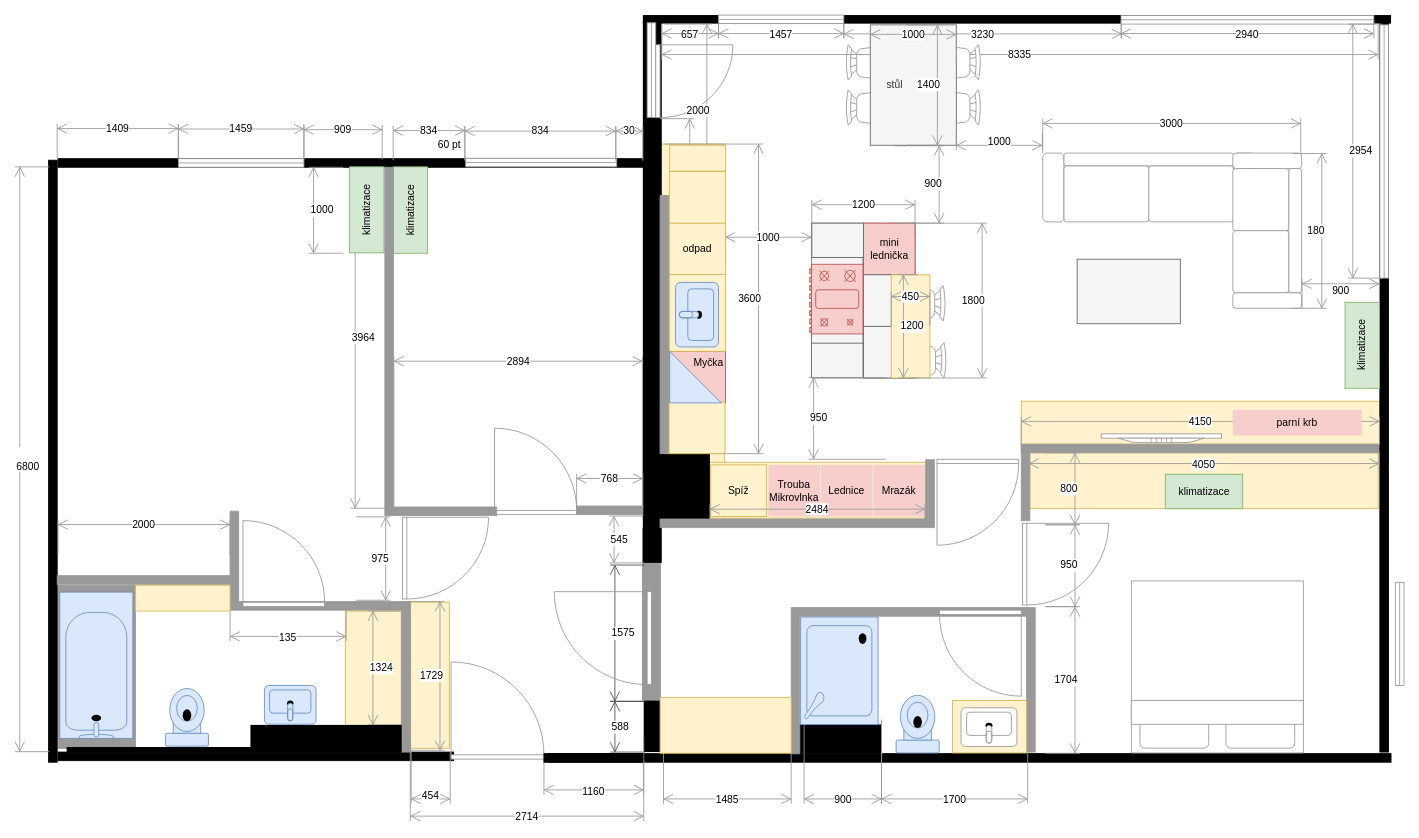
surquest/flat-renovation keeps this draw.io diagram as page "final" (1 of 2) of docs/src/static/drawings/floor-plan.furniched.drawio. Above is the earlier version. Source tidied: cells renumbered, new cells numbered last; positions are measured from the earlier drawing's top-left corner, leaving out a move shared by most shapes. Both pictures are drawn from the tidied source at 86%, with x=0, y=0 at pixel (15, 15).
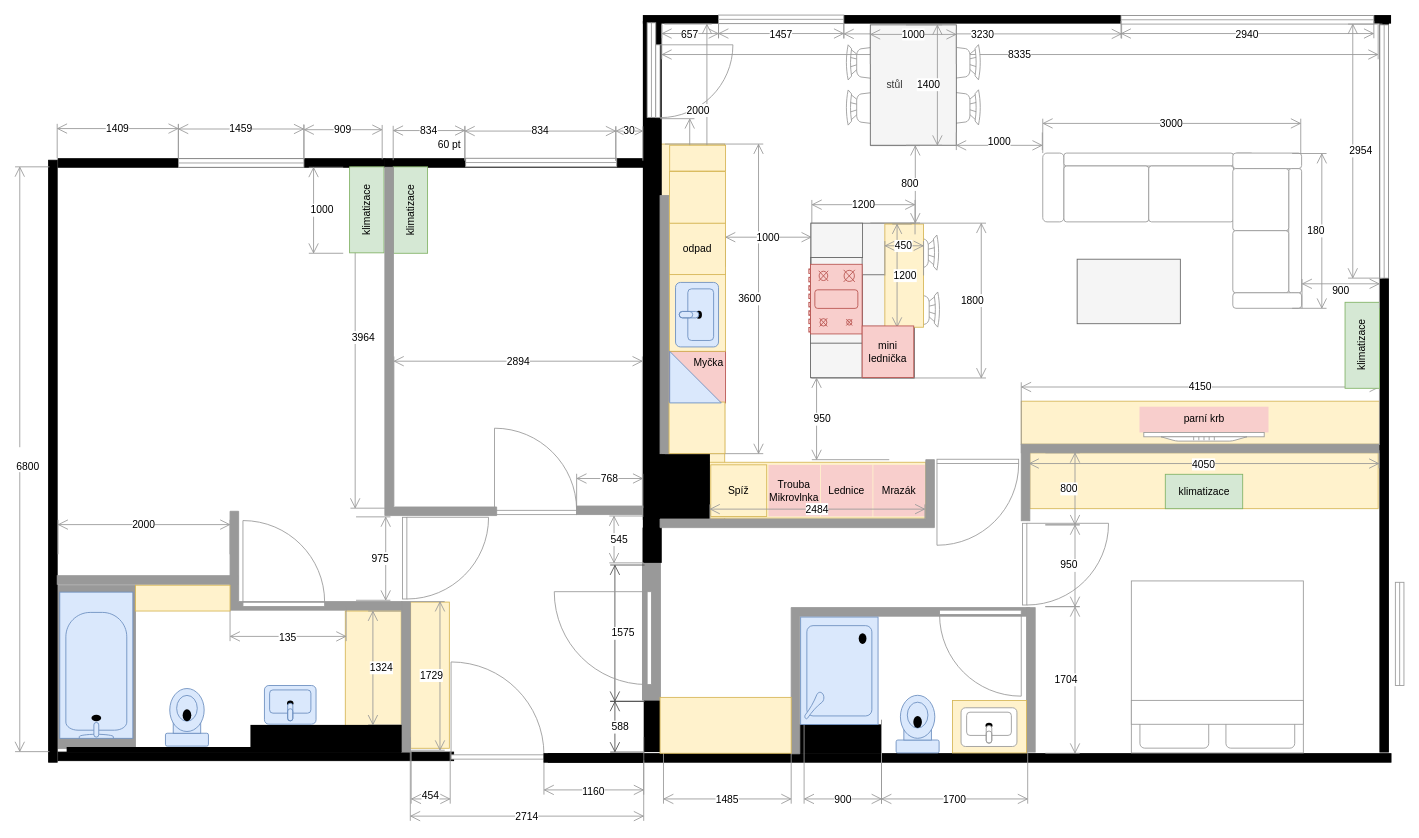
Above is the later version.

Diff of the diagram source:
```diff
@@
+    <mxCell id="7" style="rounded=0;whiteSpace=wrap;html=1;strokeColor=#d6b656;fillColor=#fff2cc;" parent="1" vertex="1">
+      <mxGeometry x="1170" y="449" width="416.5" height="50" as="geometry" />
+    </mxCell>
+    <mxCell id="139" value="parní krb" style="rounded=0;whiteSpace=wrap;html=1;strokeColor=none;fillColor=#f8cecc;" parent="1" vertex="1">
+      <mxGeometry x="1307.5" y="455.4" width="150" height="30" as="geometry" />
+    </mxCell>
     <mxCell id="2" style="rounded=0;whiteSpace=wrap;html=1;strokeColor=#666666;fillColor=#f5f5f5;fontColor=#333333;" parent="1" vertex="1">
-      <mxGeometry x="926.5" y="242" width="120" height="180" as="geometry" />
+      <mxGeometry x="925.5" y="242" width="120" height="180" as="geometry" />
     </mxCell>
-    <mxCell id="3" value="mini&lt;br&gt;lednička" style="rounded=0;whiteSpace=wrap;html=1;strokeColor=#b85450;fillColor=#f8cecc;" parent="1" vertex="1">
-      <mxGeometry x="986.5" y="242" width="60" height="60" as="geometry" />
-    </mxCell>
     <mxCell id="4" style="rounded=0;whiteSpace=wrap;html=1;strokeColor=#666666;fillColor=#f5f5f5;fontColor=#333333;" parent="1" vertex="1">
-      <mxGeometry x="986.5" y="302" width="60" height="60" as="geometry" />
+      <mxGeometry x="985.5" y="302" width="60" height="60" as="geometry" />
     </mxCell>
     <mxCell id="5" style="rounded=0;whiteSpace=wrap;html=1;strokeColor=#666666;fillColor=#f5f5f5;fontColor=#333333;" parent="1" vertex="1">
-      <mxGeometry x="986.5" y="362" width="60" height="60" as="geometry" />
+      <mxGeometry x="985.5" y="362" width="60" height="60" as="geometry" />
     </mxCell>
     <mxCell id="6" style="rounded=0;whiteSpace=wrap;html=1;strokeColor=#666666;fillColor=#f5f5f5;fontColor=#333333;" parent="1" vertex="1">
-      <mxGeometry x="926" y="282" width="60" height="100" as="geometry" />
+      <mxGeometry x="925" y="282" width="60" height="100" as="geometry" />
     </mxCell>
-    <mxCell id="7" style="rounded=0;whiteSpace=wrap;html=1;strokeColor=#d6b656;fillColor=#fff2cc;" parent="1" vertex="1">
-      <mxGeometry x="1170" y="449" width="416.5" height="50" as="geometry" />
-    </mxCell>
@@
     <mxCell id="18" style="verticalLabelPosition=bottom;html=1;verticalAlign=top;align=center;shape=mxgraph.floorplan.chair;strokeColor=#999999;fillColor=#FFFFFF;direction=south;" parent="1" vertex="1">
-      <mxGeometry x="1031" y="381" width="52" height="41" as="geometry" />
+      <mxGeometry x="1023.6" y="322" width="52" height="41" as="geometry" />
     </mxCell>
     <mxCell id="19" style="verticalLabelPosition=bottom;html=1;verticalAlign=top;align=center;shape=mxgraph.floorplan.chair;strokeColor=#999999;fillColor=#FFFFFF;direction=south;" parent="1" vertex="1">
-      <mxGeometry x="1030" y="314.8" width="52" height="41" as="geometry" />
+      <mxGeometry x="1022.6" y="255.8" width="52" height="41" as="geometry" />
     </mxCell>
@@
     <mxCell id="64" value="4150" style="shape=dimension;direction=west;whiteSpace=wrap;html=1;align=center;verticalAlign=top;spacingTop=-8;labelBackgroundColor=#ffffff;strokeColor=#999999;fillColor=#999999;" parent="1" vertex="1">
-      <mxGeometry x="1170" y="467" width="416.5" height="33" as="geometry" />
+      <mxGeometry x="1170" y="427" width="416.5" height="73" as="geometry" />
     </mxCell>
@@
-    <mxCell id="94" value="900" style="shape=dimension;direction=north;whiteSpace=wrap;html=1;align=right;verticalAlign=middle;labelBackgroundColor=#ffffff;strokeColor=#999999;fillColor=#999999;" parent="1" vertex="1">
-      <mxGeometry x="1022.2" y="152" width="57.8" height="90" as="geometry" />
+    <mxCell id="94" value="800" style="shape=dimension;direction=north;whiteSpace=wrap;html=1;align=right;verticalAlign=middle;labelBackgroundColor=#ffffff;strokeColor=#999999;fillColor=#999999;" parent="1" vertex="1">
+      <mxGeometry x="994.5" y="151.8" width="57.8" height="90" as="geometry" />
     </mxCell>
@@
     <mxCell id="99" style="rounded=0;whiteSpace=wrap;html=1;strokeColor=#d6b656;fillColor=#fff2cc;" parent="1" vertex="1">
-      <mxGeometry x="1018.8" y="302" width="45" height="120" as="geometry" />
+      <mxGeometry x="1011.4" y="243" width="45" height="120" as="geometry" />
     </mxCell>
@@
     <mxCell id="105" style="verticalLabelPosition=bottom;html=1;verticalAlign=top;align=center;shape=mxgraph.floorplan.range_2;strokeColor=#b85450;fillColor=#f8cecc;direction=south;" parent="1" vertex="1">
-      <mxGeometry x="924" y="289.8" width="62" height="81" as="geometry" />
+      <mxGeometry x="923" y="289.8" width="62" height="81" as="geometry" />
     </mxCell>
@@
     <mxCell id="131" value="1800" style="shape=dimension;direction=north;whiteSpace=wrap;html=1;align=right;verticalAlign=middle;labelBackgroundColor=#ffffff;strokeColor=#999999;" parent="1" vertex="1">
-      <mxGeometry x="1042" y="242" width="88" height="180" as="geometry" />
+      <mxGeometry x="1041" y="242" width="88" height="180" as="geometry" />
     </mxCell>
@@
-    <mxCell id="139" value="parní krb" style="rounded=0;whiteSpace=wrap;html=1;strokeColor=none;fillColor=#f8cecc;" parent="1" vertex="1">
-      <mxGeometry x="1416" y="459" width="150" height="30" as="geometry" />
-    </mxCell>
     <mxCell id="140" style="verticalLabelPosition=bottom;html=1;verticalAlign=top;align=center;shape=mxgraph.floorplan.flat_tv;strokeColor=#999999;fillColor=#FFFFFF;direction=west;" parent="1" vertex="1">
-      <mxGeometry x="1263" y="487" width="140" height="10" as="geometry" />
+      <mxGeometry x="1312.5" y="485.4" width="140" height="10" as="geometry" />
     </mxCell>
@@
     <mxCell id="143" value="1200" style="shape=dimension;direction=south;whiteSpace=wrap;html=1;align=left;verticalAlign=middle;labelBackgroundColor=#ffffff;strokeColor=#999999;" parent="1" vertex="1">
-      <mxGeometry x="1027.5" y="302" width="22.5" height="120" as="geometry" />
+      <mxGeometry x="1020.1" y="243" width="22.5" height="120" as="geometry" />
     </mxCell>
     <mxCell id="144" value="450" style="shape=dimension;direction=west;whiteSpace=wrap;html=1;align=center;verticalAlign=top;spacingTop=-8;labelBackgroundColor=#ffffff;strokeColor=#999999;" parent="1" vertex="1">
-      <mxGeometry x="1018.8" y="321.8" width="45" height="40" as="geometry" />
+      <mxGeometry x="1011.4" y="262.8" width="45" height="40" as="geometry" />
     </mxCell>
@@
     <mxCell id="148" style="rounded=0;whiteSpace=wrap;html=1;strokeColor=#666666;fillColor=#f5f5f5;fontColor=#333333;" parent="1" vertex="1">
-      <mxGeometry x="926.5" y="242" width="60" height="40" as="geometry" />
+      <mxGeometry x="925.5" y="242" width="60" height="40" as="geometry" />
     </mxCell>
     <mxCell id="149" style="rounded=0;whiteSpace=wrap;html=1;strokeColor=#666666;fillColor=#f5f5f5;fontColor=#333333;" parent="1" vertex="1">
-      <mxGeometry x="926" y="381.5" width="60" height="40" as="geometry" />
+      <mxGeometry x="925" y="381.5" width="60" height="40" as="geometry" />
     </mxCell>
@@
     <mxCell id="152" value="950" style="shape=dimension;direction=north;whiteSpace=wrap;html=1;align=left;verticalAlign=middle;labelBackgroundColor=#ffffff;strokeColor=#999999;fillColor=#999999;flipV=0;flipH=1;" parent="1" vertex="1">
-      <mxGeometry x="923" y="421.5" width="90" height="95" as="geometry" />
+      <mxGeometry x="926.5" y="422" width="90" height="95" as="geometry" />
     </mxCell>
+    <mxCell id="3" value="mini&lt;br&gt;lednička" style="rounded=0;whiteSpace=wrap;html=1;strokeColor=#b85450;fillColor=#f8cecc;" parent="1" vertex="1">
+      <mxGeometry x="985" y="361.5" width="60" height="60" as="geometry" />
+    </mxCell>
```
